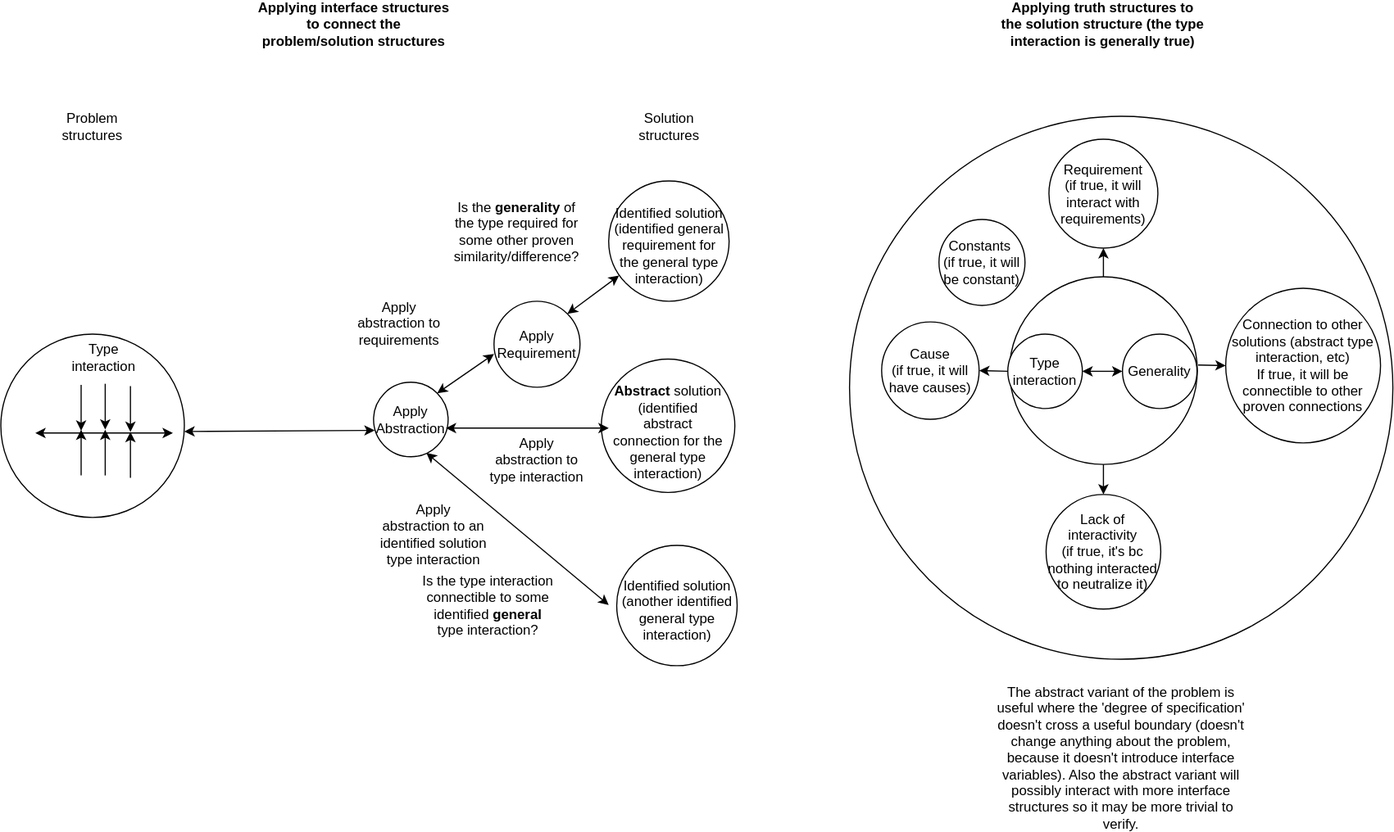
Above: docs/objects/proof_derivation_graphs.drawio.svg in outdreamer/build-a-cure (draw.io), before the change. Source tidied: cells renumbered, new cells last; positions are measured from the earlier drawing's top-left corner, leaving out a move shared by most shapes.
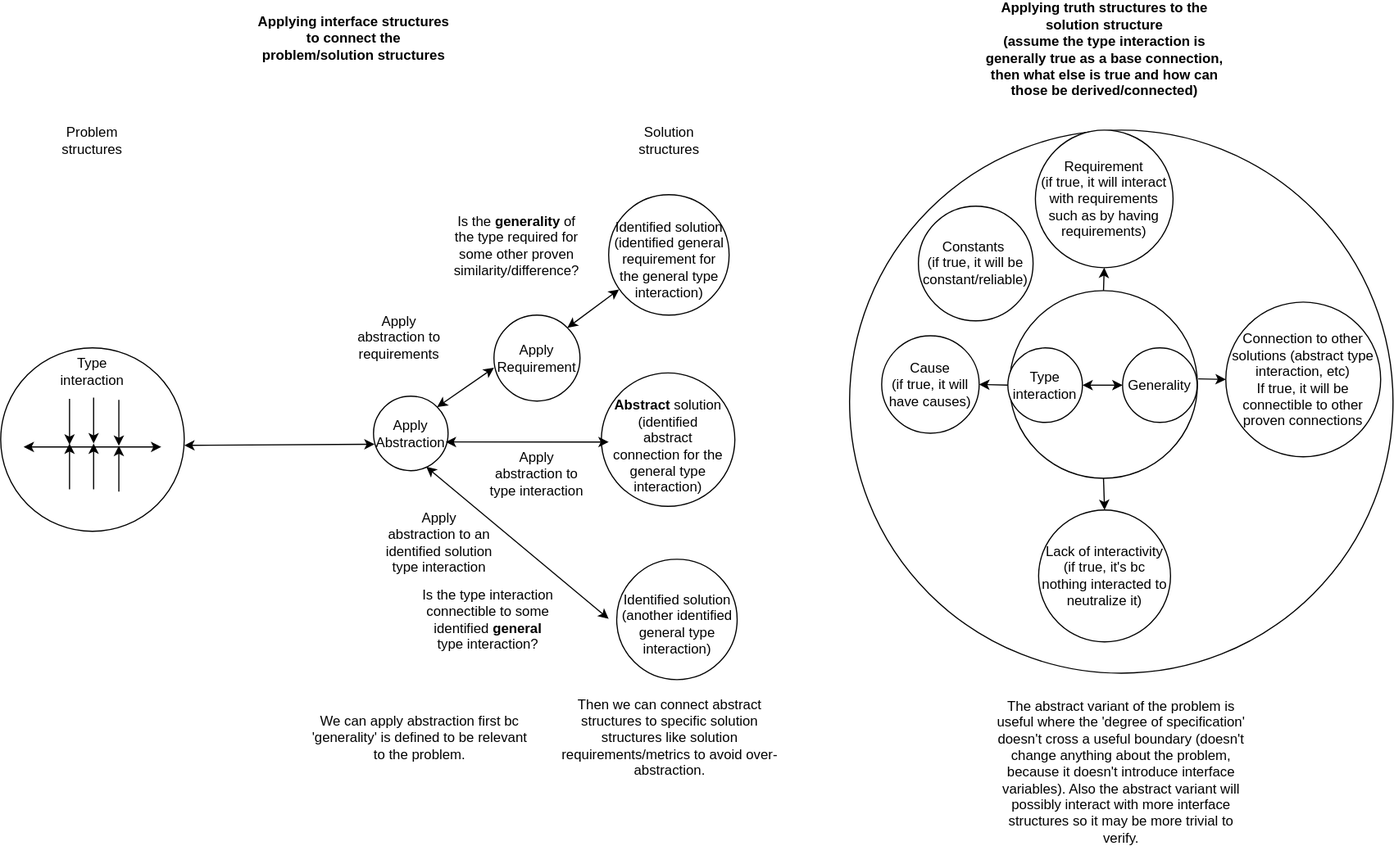
Later version of the same file.

What changed in the source:
```diff
@@ -16,48 +16,48 @@
     </mxCell>
     <mxCell id="6" style="endArrow=classic;html=1;rounded=0;" parent="1" edge="1">
       <mxGeometry relative="1" as="geometry">
-        <mxPoint x="70" y="329.4" as="sourcePoint" />
-        <mxPoint x="70" y="369.4" as="targetPoint" />
+        <mxPoint x="60" y="329.4" as="sourcePoint" />
+        <mxPoint x="60" y="369.4" as="targetPoint" />
       </mxGeometry>
     </mxCell>
     <mxCell id="7" style="endArrow=classic;html=1;rounded=0;" parent="1" edge="1">
       <mxGeometry relative="1" as="geometry">
-        <mxPoint x="70" y="408.4" as="sourcePoint" />
-        <mxPoint x="70" y="368.4" as="targetPoint" />
+        <mxPoint x="60" y="408.4" as="sourcePoint" />
+        <mxPoint x="60" y="368.4" as="targetPoint" />
       </mxGeometry>
     </mxCell>
     <mxCell id="8" style="endArrow=classic;html=1;rounded=0;" parent="1" edge="1">
       <mxGeometry relative="1" as="geometry">
-        <mxPoint x="91" y="328.4" as="sourcePoint" />
-        <mxPoint x="91" y="368.4" as="targetPoint" />
+        <mxPoint x="81" y="328.4" as="sourcePoint" />
+        <mxPoint x="81" y="368.4" as="targetPoint" />
       </mxGeometry>
     </mxCell>
     <mxCell id="9" style="endArrow=classic;html=1;rounded=0;" parent="1" edge="1">
       <mxGeometry relative="1" as="geometry">
-        <mxPoint x="91" y="408.4" as="sourcePoint" />
-        <mxPoint x="91" y="368.4" as="targetPoint" />
+        <mxPoint x="81" y="408.4" as="sourcePoint" />
+        <mxPoint x="81" y="368.4" as="targetPoint" />
       </mxGeometry>
     </mxCell>
     <mxCell id="10" style="endArrow=classic;html=1;rounded=0;" parent="1" edge="1">
       <mxGeometry relative="1" as="geometry">
-        <mxPoint x="113" y="330.4" as="sourcePoint" />
-        <mxPoint x="113" y="370.4" as="targetPoint" />
+        <mxPoint x="103" y="330.4" as="sourcePoint" />
+        <mxPoint x="103" y="370.4" as="targetPoint" />
       </mxGeometry>
     </mxCell>
     <mxCell id="11" style="endArrow=classic;html=1;rounded=0;" parent="1" edge="1">
       <mxGeometry relative="1" as="geometry">
-        <mxPoint x="113" y="410.4" as="sourcePoint" />
-        <mxPoint x="113" y="370.4" as="targetPoint" />
+        <mxPoint x="103" y="410.4" as="sourcePoint" />
+        <mxPoint x="103" y="370.4" as="targetPoint" />
       </mxGeometry>
     </mxCell>
     <mxCell id="12" style="endArrow=classic;startArrow=classic;html=1;rounded=0;" parent="1" edge="1">
       <mxGeometry relative="1" as="geometry">
-        <mxPoint x="30" y="371.4" as="sourcePoint" />
-        <mxPoint x="150" y="371.4" as="targetPoint" />
+        <mxPoint x="20" y="371.4" as="sourcePoint" />
+        <mxPoint x="140" y="371.4" as="targetPoint" />
       </mxGeometry>
     </mxCell>
     <mxCell id="13" value="Type interaction" style="text;html=1;strokeColor=none;fillColor=none;align=center;verticalAlign=middle;whiteSpace=wrap;rounded=0;" parent="1" vertex="1">
-      <mxGeometry x="60" y="291.4" width="60" height="30" as="geometry" />
+      <mxGeometry x="50" y="291.4" width="60" height="30" as="geometry" />
     </mxCell>
     <mxCell id="14" value="Is the &lt;b&gt;generality&lt;/b&gt; of the type required for some other proven similarity/difference?" style="text;html=1;strokeColor=none;fillColor=none;align=center;verticalAlign=middle;whiteSpace=wrap;rounded=0;" parent="1" vertex="1">
       <mxGeometry x="420" y="181.4" width="60" height="30" as="geometry" />
@@ -108,14 +108,14 @@
     <mxCell id="28" style="endArrow=classic;startArrow=classic;html=1;rounded=0;exitX=1;exitY=0.5;exitDx=0;exitDy=0;entryX=0;entryY=0.5;entryDx=0;entryDy=0;" parent="1" edge="1" source="27" target="26">
       <mxGeometry relative="1" as="geometry" />
     </mxCell>
-    <mxCell id="29" value="Requirement&lt;br&gt;(if true, it will interact with requirements)" style="ellipse;whiteSpace=wrap;html=1;" parent="1" vertex="1">
-      <mxGeometry x="913.9" y="115" width="95" height="95" as="geometry" />
+    <mxCell id="29" value="Requirement&lt;br&gt;(if true, it will interact with requirements such as by having requirements)" style="ellipse;whiteSpace=wrap;html=1;" parent="1" vertex="1">
+      <mxGeometry x="902" y="95" width="120" height="120" as="geometry" />
     </mxCell>
     <mxCell id="30" value="Cause&lt;br&gt;(if true, it will have causes)" style="ellipse;whiteSpace=wrap;html=1;" parent="1" vertex="1">
       <mxGeometry x="768" y="274.4" width="85" height="85" as="geometry" />
     </mxCell>
     <mxCell id="31" value="Lack of interactivity&lt;br&gt;(if true, it's bc nothing interacted to neutralize it)" style="ellipse;whiteSpace=wrap;html=1;" parent="1" vertex="1">
-      <mxGeometry x="911.4" y="425" width="100" height="100" as="geometry" />
+      <mxGeometry x="904.8" y="426.4" width="115" height="115" as="geometry" />
     </mxCell>
     <mxCell id="32" value="Connection to other solutions (abstract type interaction, etc)&lt;br&gt;If true, it will be connectible to other proven connections" style="ellipse;whiteSpace=wrap;html=1;" parent="1" vertex="1">
       <mxGeometry x="1068" y="245" width="135" height="135" as="geometry" />
@@ -135,8 +135,8 @@
     <mxCell id="37" style="endArrow=classic;html=1;rounded=0;entryX=0;entryY=0.5;entryDx=0;entryDy=0;exitX=1.015;exitY=0.415;exitDx=0;exitDy=0;exitPerimeter=0;" parent="1" edge="1" source="26" target="32">
       <mxGeometry relative="1" as="geometry" />
     </mxCell>
-    <mxCell id="38" value="Constants&amp;nbsp;&lt;br&gt;(if true, it will be constant)" style="ellipse;whiteSpace=wrap;html=1;" parent="1" vertex="1">
-      <mxGeometry x="818" y="185" width="75" height="75" as="geometry" />
+    <mxCell id="38" value="Constants&amp;nbsp;&lt;br&gt;(if true, it will be constant/reliable)" style="ellipse;whiteSpace=wrap;html=1;" parent="1" vertex="1">
+      <mxGeometry x="800" y="161.4" width="100" height="100" as="geometry" />
     </mxCell>
     <mxCell id="39" style="ellipse;whiteSpace=wrap;html=1;" parent="1" vertex="1">
       <mxGeometry x="523.6" y="306.8" width="116.4" height="116.4" as="geometry" />
@@ -144,8 +144,8 @@
     <mxCell id="40" value="&lt;b&gt;Abstract&lt;/b&gt; solution (identified abstract connection for the general type interaction)" style="text;html=1;strokeColor=none;fillColor=none;align=center;verticalAlign=middle;whiteSpace=wrap;rounded=0;" parent="1" vertex="1">
       <mxGeometry x="531.8" y="355.7" width="100" height="30" as="geometry" />
     </mxCell>
-    <mxCell id="41" value="Applying truth structures to the solution structure (the type interaction is generally true)" style="text;html=1;strokeColor=none;fillColor=none;align=center;verticalAlign=middle;whiteSpace=wrap;rounded=0;fontStyle=1;" parent="1" vertex="1">
-      <mxGeometry x="871.4" width="180" height="30" as="geometry" />
+    <mxCell id="41" value="Applying truth structures to the solution structure &lt;br&gt;(assume the type interaction is generally true as a base connection, then what else is true and how can those be derived/connected)" style="text;html=1;strokeColor=none;fillColor=none;align=center;verticalAlign=middle;whiteSpace=wrap;rounded=0;fontStyle=1;" parent="1" vertex="1">
+      <mxGeometry x="853" y="10" width="218.6" height="30" as="geometry" />
     </mxCell>
     <mxCell id="42" style="endArrow=classic;startArrow=classic;html=1;rounded=0;exitX=0.969;exitY=0.615;exitDx=0;exitDy=0;exitPerimeter=0;entryX=0.055;entryY=0.518;entryDx=0;entryDy=0;entryPerimeter=0;" parent="1" edge="1" source="23" target="39">
       <mxGeometry relative="1" as="geometry" />
@@ -163,7 +163,13 @@
       <mxGeometry x="420" y="380" width="95" height="30" as="geometry" />
     </mxCell>
     <mxCell id="47" value="Apply&lt;br&gt;abstraction to an identified solution type interaction" style="text;html=1;strokeColor=none;fillColor=none;align=center;verticalAlign=middle;whiteSpace=wrap;rounded=0;" parent="1" vertex="1">
-      <mxGeometry x="320" y="445" width="115" height="30" as="geometry" />
+      <mxGeometry x="325" y="440" width="115" height="30" as="geometry" />
     </mxCell>
+    <mxCell id="48" value="We can apply abstraction first bc 'generality' is defined to be relevant to the problem." style="text;html=1;strokeColor=none;fillColor=none;align=center;verticalAlign=middle;whiteSpace=wrap;rounded=0;" parent="1" vertex="1">
+      <mxGeometry x="269" y="610" width="193" height="30" as="geometry" />
+    </mxCell>
+    <mxCell id="49" value="Then we can connect abstract structures to specific solution structures like solution requirements/metrics to avoid over-abstraction." style="text;html=1;strokeColor=none;fillColor=none;align=center;verticalAlign=middle;whiteSpace=wrap;rounded=0;" parent="1" vertex="1">
+      <mxGeometry x="486.5" y="610" width="193" height="30" as="geometry" />
+    </mxCell>
   </root>
 </mxGraphModel>
```
